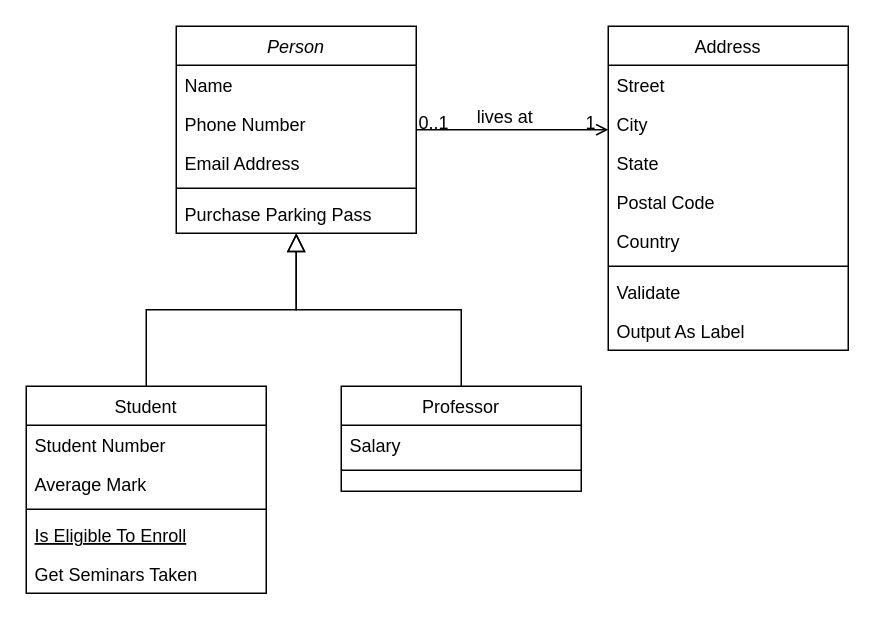
Yuna599/Lucky-Charms keeps this draw.io diagram as navigation/Untitled Diagram.drawio. Above is the earlier version. Source tidied: cells renumbered, new cells numbered last; positions are measured from the earlier drawing's top-left corner, leaving out a move shared by most shapes. Both pictures are drawn from the tidied source at 150%, with x=0, y=0 at pixel (26, 26).
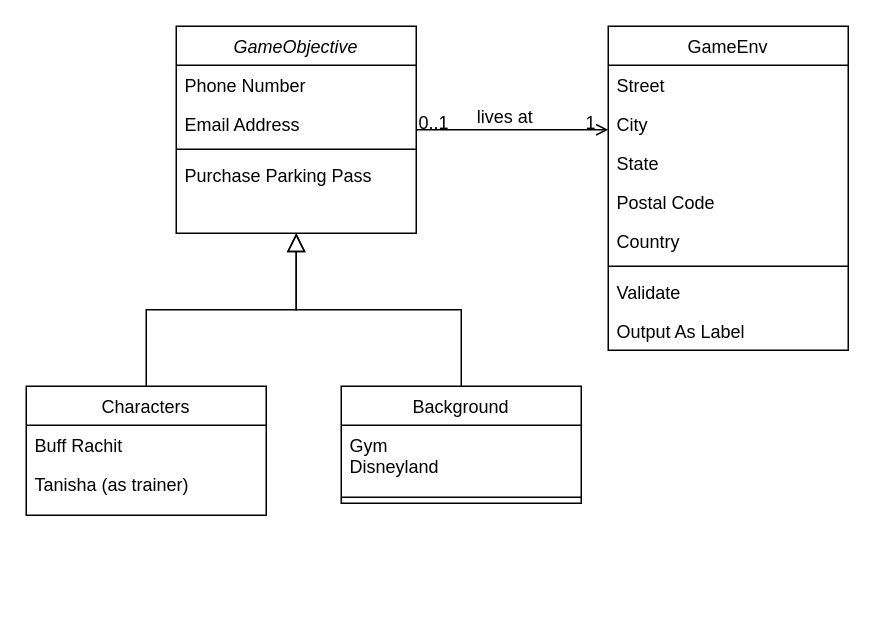
The same page after the edit.

Diff of the diagram source:
```diff
@@
-    <mxCell id="2" value="Person" style="swimlane;fontStyle=2;align=center;verticalAlign=top;horizontal=1;startSize=26;rounded=0;shadow=0;strokeWidth=1;" parent="1" vertex="1">
+    <mxCell id="2" value="GameObjective" style="swimlane;fontStyle=2;align=center;verticalAlign=top;horizontal=1;startSize=26;rounded=0;shadow=0;strokeWidth=1;" parent="1" vertex="1">
       <mxGeometry x="100" width="160" height="138" as="geometry" />
     </mxCell>
-    <mxCell id="3" value="Name" style="text;align=left;verticalAlign=top;spacingLeft=4;spacingRight=4;overflow=hidden;" parent="2" vertex="1">
-      <mxGeometry y="26" width="160" height="26" as="geometry" />
-    </mxCell>
     <mxCell id="4" value="Phone Number" style="text;align=left;verticalAlign=top;spacingLeft=4;spacingRight=4;overflow=hidden;rounded=0;shadow=0;html=0;" parent="2" vertex="1">
-      <mxGeometry y="52" width="160" height="26" as="geometry" />
+      <mxGeometry y="26" width="160" height="26" as="geometry" />
     </mxCell>
     <mxCell id="5" value="Email Address" style="text;align=left;verticalAlign=top;spacingLeft=4;spacingRight=4;overflow=hidden;rounded=0;shadow=0;html=0;" parent="2" vertex="1">
-      <mxGeometry y="78" width="160" height="26" as="geometry" />
+      <mxGeometry y="52" width="160" height="26" as="geometry" />
     </mxCell>
     <mxCell id="6" style="line;html=1;strokeWidth=1;align=left;verticalAlign=middle;spacingTop=-1;spacingLeft=3;spacingRight=3;labelPosition=right;" parent="2" vertex="1">
-      <mxGeometry y="104" width="160" height="8" as="geometry" />
+      <mxGeometry y="78" width="160" height="8" as="geometry" />
     </mxCell>
     <mxCell id="7" value="Purchase Parking Pass" style="text;align=left;verticalAlign=top;spacingLeft=4;spacingRight=4;overflow=hidden;" parent="2" vertex="1">
-      <mxGeometry y="112" width="160" height="26" as="geometry" />
+      <mxGeometry y="86" width="160" height="26" as="geometry" />
     </mxCell>
-    <mxCell id="8" value="Student" style="swimlane;fontStyle=0;align=center;verticalAlign=top;horizontal=1;startSize=26;rounded=0;shadow=0;strokeWidth=1;" parent="1" vertex="1">
-      <mxGeometry y="240" width="160" height="138" as="geometry" />
+    <mxCell id="8" value="Characters" style="swimlane;fontStyle=0;align=center;verticalAlign=top;horizontal=1;startSize=26;rounded=0;shadow=0;strokeWidth=1;" parent="1" vertex="1">
+      <mxGeometry y="240" width="160" height="86" as="geometry" />
     </mxCell>
-    <mxCell id="9" value="Student Number" style="text;align=left;verticalAlign=top;spacingLeft=4;spacingRight=4;overflow=hidden;" parent="8" vertex="1">
+    <mxCell id="9" value="Buff Rachit" style="text;align=left;verticalAlign=top;spacingLeft=4;spacingRight=4;overflow=hidden;" parent="8" vertex="1">
       <mxGeometry y="26" width="160" height="26" as="geometry" />
     </mxCell>
-    <mxCell id="10" value="Average Mark" style="text;align=left;verticalAlign=top;spacingLeft=4;spacingRight=4;overflow=hidden;rounded=0;shadow=0;html=0;" parent="8" vertex="1">
+    <mxCell id="10" value="Tanisha (as trainer)" style="text;align=left;verticalAlign=top;spacingLeft=4;spacingRight=4;overflow=hidden;rounded=0;shadow=0;html=0;" parent="8" vertex="1">
       <mxGeometry y="52" width="160" height="26" as="geometry" />
     </mxCell>
-    <mxCell id="11" style="line;html=1;strokeWidth=1;align=left;verticalAlign=middle;spacingTop=-1;spacingLeft=3;spacingRight=3;labelPosition=right;" parent="8" vertex="1">
-      <mxGeometry y="78" width="160" height="8" as="geometry" />
-    </mxCell>
-    <mxCell id="12" value="Is Eligible To Enroll" style="text;align=left;verticalAlign=top;spacingLeft=4;spacingRight=4;overflow=hidden;fontStyle=4;" parent="8" vertex="1">
-      <mxGeometry y="86" width="160" height="26" as="geometry" />
-    </mxCell>
-    <mxCell id="13" value="Get Seminars Taken" style="text;align=left;verticalAlign=top;spacingLeft=4;spacingRight=4;overflow=hidden;" parent="8" vertex="1">
-      <mxGeometry y="112" width="160" height="26" as="geometry" />
-    </mxCell>
@@
-    <mxCell id="15" value="Professor" style="swimlane;fontStyle=0;align=center;verticalAlign=top;horizontal=1;startSize=26;rounded=0;shadow=0;strokeWidth=1;" parent="1" vertex="1">
-      <mxGeometry x="210" y="240" width="160" height="70" as="geometry" />
+    <mxCell id="15" value="Background" style="swimlane;fontStyle=0;align=center;verticalAlign=top;horizontal=1;startSize=26;rounded=0;shadow=0;strokeWidth=1;" parent="1" vertex="1">
+      <mxGeometry x="210" y="240" width="160" height="78" as="geometry" />
     </mxCell>
-    <mxCell id="16" value="Salary" style="text;align=left;verticalAlign=top;spacingLeft=4;spacingRight=4;overflow=hidden;" parent="15" vertex="1">
-      <mxGeometry y="26" width="160" height="26" as="geometry" />
+    <mxCell id="16" value="Gym&#10;Disneyland&#10;" style="text;align=left;verticalAlign=top;spacingLeft=4;spacingRight=4;overflow=hidden;" parent="15" vertex="1">
+      <mxGeometry y="26" width="160" height="44" as="geometry" />
     </mxCell>
     <mxCell id="17" style="line;html=1;strokeWidth=1;align=left;verticalAlign=middle;spacingTop=-1;spacingLeft=3;spacingRight=3;labelPosition=right;" parent="15" vertex="1">
-      <mxGeometry y="52" width="160" height="8" as="geometry" />
+      <mxGeometry y="70" width="160" height="8" as="geometry" />
     </mxCell>
@@
-    <mxCell id="19" value="Address" style="swimlane;fontStyle=0;align=center;verticalAlign=top;horizontal=1;startSize=26;rounded=0;shadow=0;strokeWidth=1;" parent="1" vertex="1">
+    <mxCell id="19" value="GameEnv" style="swimlane;fontStyle=0;align=center;verticalAlign=top;horizontal=1;startSize=26;rounded=0;shadow=0;strokeWidth=1;" parent="1" vertex="1">
       <mxGeometry x="388" width="160" height="216" as="geometry" />
     </mxCell>
```
